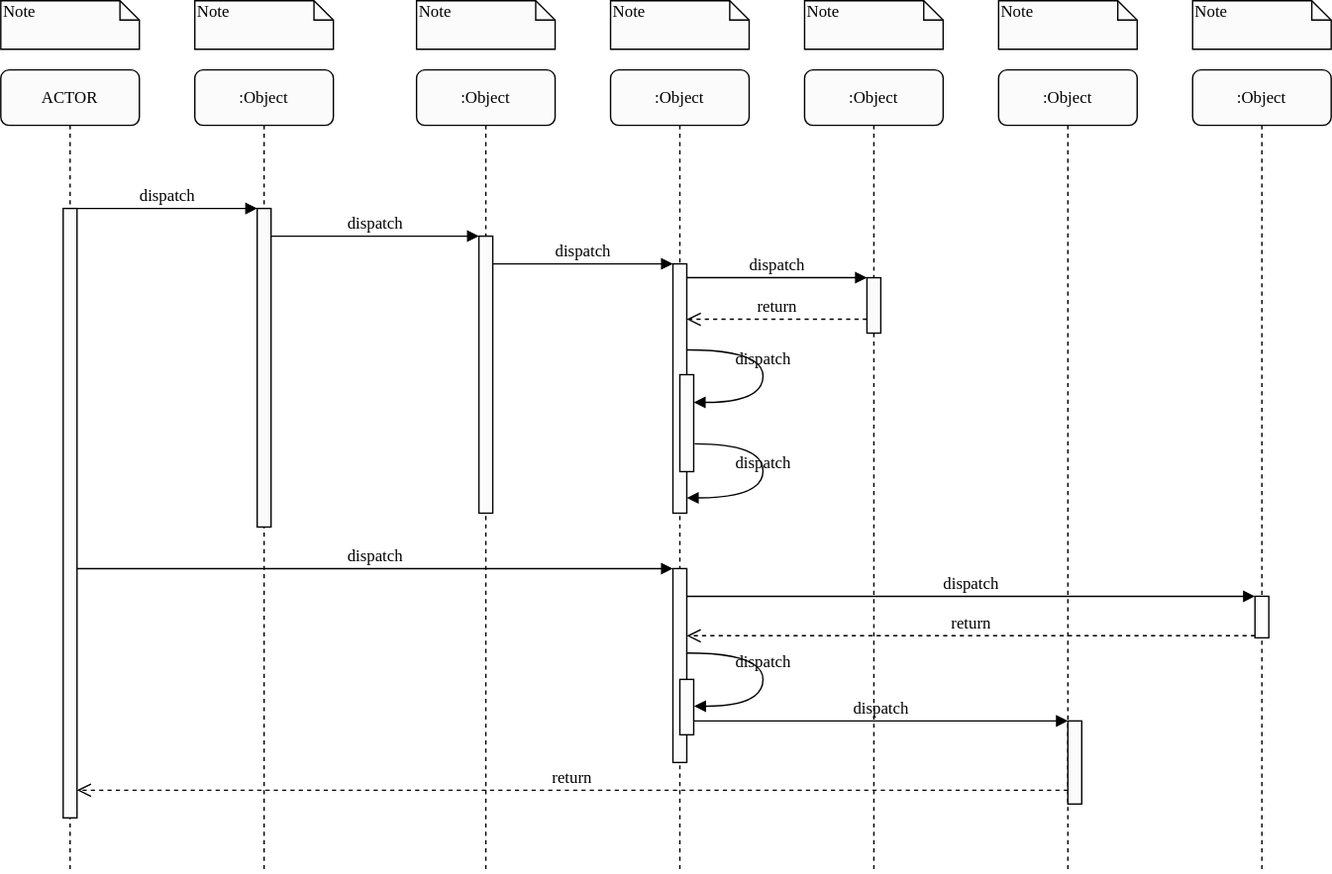
Above: Diagrama_Secuencia.drawio.svg in nixul9/OK (draw.io), before the change. Source tidied: cells renumbered, new cells last; positions are measured from the earlier drawing's top-left corner, leaving out a move shared by most shapes.
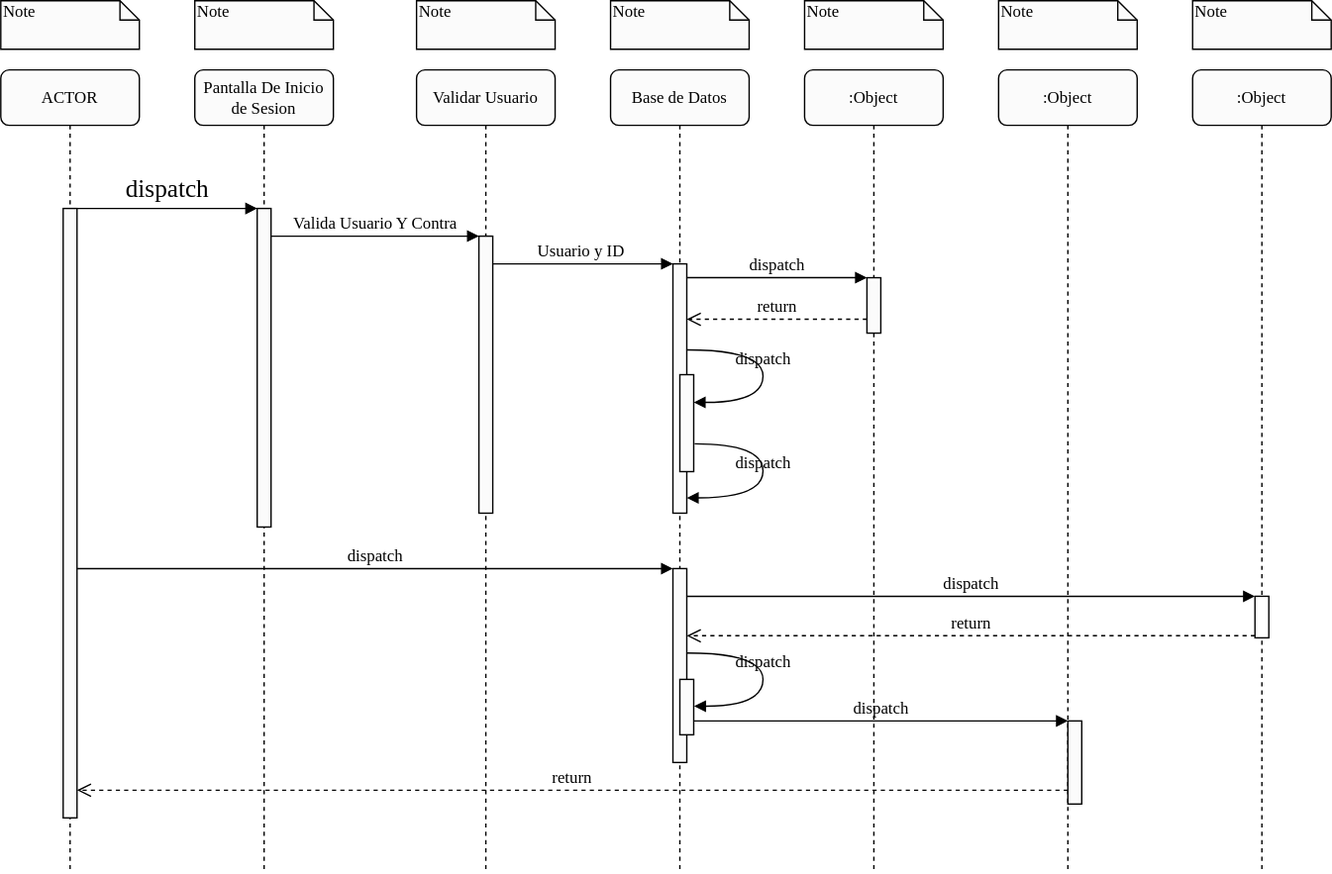
The same file after the commit.

The edit, as a diff of the source:
```diff
@@ -2,19 +2,19 @@
   <root>
     <mxCell id="0" />
     <mxCell id="1" parent="0" />
-    <mxCell id="2" value=":Object" style="shape=umlLifeline;perimeter=lifelinePerimeter;whiteSpace=wrap;html=1;rounded=1;shadow=0;comic=0;labelBackgroundColor=none;strokeWidth=1;fontFamily=Verdana;fontSize=12;align=center;" parent="1" vertex="1">
+    <mxCell id="2" value="Pantalla De Inicio de Sesion" style="shape=umlLifeline;perimeter=lifelinePerimeter;whiteSpace=wrap;html=1;rounded=1;shadow=0;comic=0;labelBackgroundColor=none;strokeWidth=1;fontFamily=Verdana;fontSize=12;align=center;" parent="1" vertex="1">
       <mxGeometry x="140" y="50" width="100" height="580" as="geometry" />
     </mxCell>
     <mxCell id="3" style="html=1;points=[];perimeter=orthogonalPerimeter;rounded=0;shadow=0;comic=0;labelBackgroundColor=none;strokeWidth=1;fontFamily=Verdana;fontSize=12;align=center;" parent="2" vertex="1">
       <mxGeometry x="45" y="100" width="10" height="230" as="geometry" />
     </mxCell>
-    <mxCell id="4" value=":Object" style="shape=umlLifeline;perimeter=lifelinePerimeter;whiteSpace=wrap;html=1;rounded=1;shadow=0;comic=0;labelBackgroundColor=none;strokeWidth=1;fontFamily=Verdana;fontSize=12;align=center;" parent="1" vertex="1">
+    <mxCell id="4" value="Validar Usuario" style="shape=umlLifeline;perimeter=lifelinePerimeter;whiteSpace=wrap;html=1;rounded=1;shadow=0;comic=0;labelBackgroundColor=none;strokeWidth=1;fontFamily=Verdana;fontSize=12;align=center;" parent="1" vertex="1">
       <mxGeometry x="300" y="50" width="100" height="580" as="geometry" />
     </mxCell>
     <mxCell id="5" style="html=1;points=[];perimeter=orthogonalPerimeter;rounded=0;shadow=0;comic=0;labelBackgroundColor=none;strokeWidth=1;fontFamily=Verdana;fontSize=12;align=center;" parent="4" vertex="1">
       <mxGeometry x="45" y="120" width="10" height="200" as="geometry" />
     </mxCell>
-    <mxCell id="6" value=":Object" style="shape=umlLifeline;perimeter=lifelinePerimeter;whiteSpace=wrap;html=1;rounded=1;shadow=0;comic=0;labelBackgroundColor=none;strokeWidth=1;fontFamily=Verdana;fontSize=12;align=center;" parent="1" vertex="1">
+    <mxCell id="6" value="Base de Datos" style="shape=umlLifeline;perimeter=lifelinePerimeter;whiteSpace=wrap;html=1;rounded=1;shadow=0;comic=0;labelBackgroundColor=none;strokeWidth=1;fontFamily=Verdana;fontSize=12;align=center;" parent="1" vertex="1">
       <mxGeometry x="440" y="50" width="100" height="580" as="geometry" />
     </mxCell>
     <mxCell id="7" value=":Object" style="shape=umlLifeline;perimeter=lifelinePerimeter;whiteSpace=wrap;html=1;rounded=1;shadow=0;comic=0;labelBackgroundColor=none;strokeWidth=1;fontFamily=Verdana;fontSize=12;align=center;" parent="1" vertex="1">
@@ -35,7 +35,7 @@
     <mxCell id="12" style="html=1;points=[];perimeter=orthogonalPerimeter;rounded=0;shadow=0;comic=0;labelBackgroundColor=none;strokeWidth=1;fontFamily=Verdana;fontSize=12;align=center;" parent="1" vertex="1">
       <mxGeometry x="485" y="190" width="10" height="180" as="geometry" />
     </mxCell>
-    <mxCell id="13" value="dispatch" style="html=1;verticalAlign=bottom;endArrow=block;labelBackgroundColor=none;fontFamily=Verdana;fontSize=12;edgeStyle=elbowEdgeStyle;elbow=vertical;" parent="1" edge="1" source="5" target="12">
+    <mxCell id="13" value="Usuario y ID&amp;nbsp;" style="html=1;verticalAlign=bottom;endArrow=block;labelBackgroundColor=none;fontFamily=Verdana;fontSize=12;edgeStyle=elbowEdgeStyle;elbow=vertical;" parent="1" edge="1" source="5" target="12">
       <mxGeometry relative="1" as="geometry">
         <Array as="points">
           <mxPoint x="360" y="190" />
@@ -84,10 +84,10 @@
         </Array>
       </mxGeometry>
     </mxCell>
-    <mxCell id="25" value="dispatch" style="html=1;verticalAlign=bottom;endArrow=block;entryX=0;entryY=0;labelBackgroundColor=none;fontFamily=Verdana;fontSize=12;edgeStyle=elbowEdgeStyle;elbow=vertical;" parent="1" edge="1" source="11" target="3">
+    <mxCell id="25" value="dispatch" style="html=1;verticalAlign=bottom;endArrow=block;entryX=0;entryY=0;labelBackgroundColor=none;fontFamily=Verdana;fontSize=18;edgeStyle=elbowEdgeStyle;elbow=vertical;" parent="1" edge="1" source="11" target="3">
       <mxGeometry relative="1" as="geometry" />
     </mxCell>
-    <mxCell id="26" value="dispatch" style="html=1;verticalAlign=bottom;endArrow=block;entryX=0;entryY=0;labelBackgroundColor=none;fontFamily=Verdana;fontSize=12;edgeStyle=elbowEdgeStyle;elbow=vertical;" parent="1" edge="1" source="3" target="5">
+    <mxCell id="26" value="Valida Usuario Y Contra" style="html=1;verticalAlign=bottom;endArrow=block;entryX=0;entryY=0;labelBackgroundColor=none;fontFamily=Verdana;fontSize=12;edgeStyle=elbowEdgeStyle;elbow=vertical;" parent="1" edge="1" source="3" target="5">
       <mxGeometry relative="1" as="geometry" />
     </mxCell>
     <mxCell id="27" style="html=1;points=[];perimeter=orthogonalPerimeter;rounded=0;shadow=0;comic=0;labelBackgroundColor=none;strokeWidth=1;fontFamily=Verdana;fontSize=12;align=center;" parent="1" vertex="1">
```
